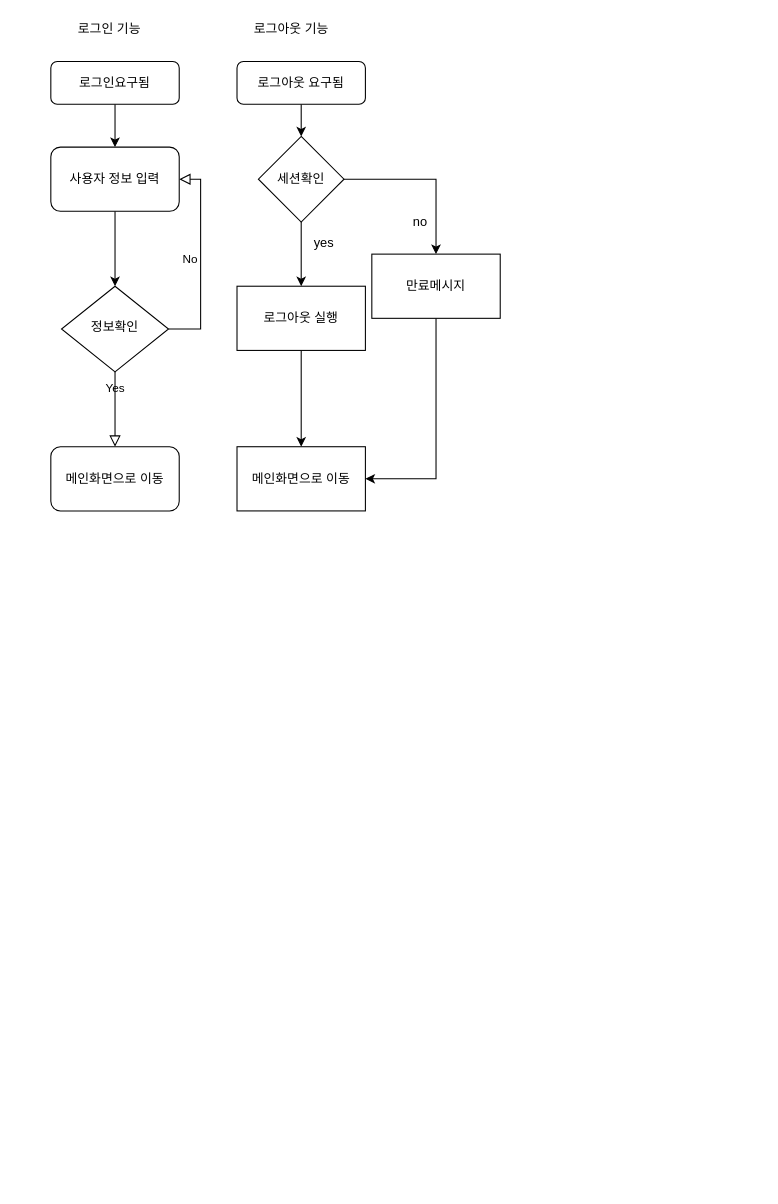
The draw.io diagram Untitled Diagram.drawio in dahun428/FOR2, before the edit. Source tidied: cells renumbered, new cells numbered last; positions are measured from the earlier drawing's top-left corner, leaving out a move shared by most shapes. Both pictures are drawn from the tidied source at 107%, with x=0, y=0 at pixel (18, 18).
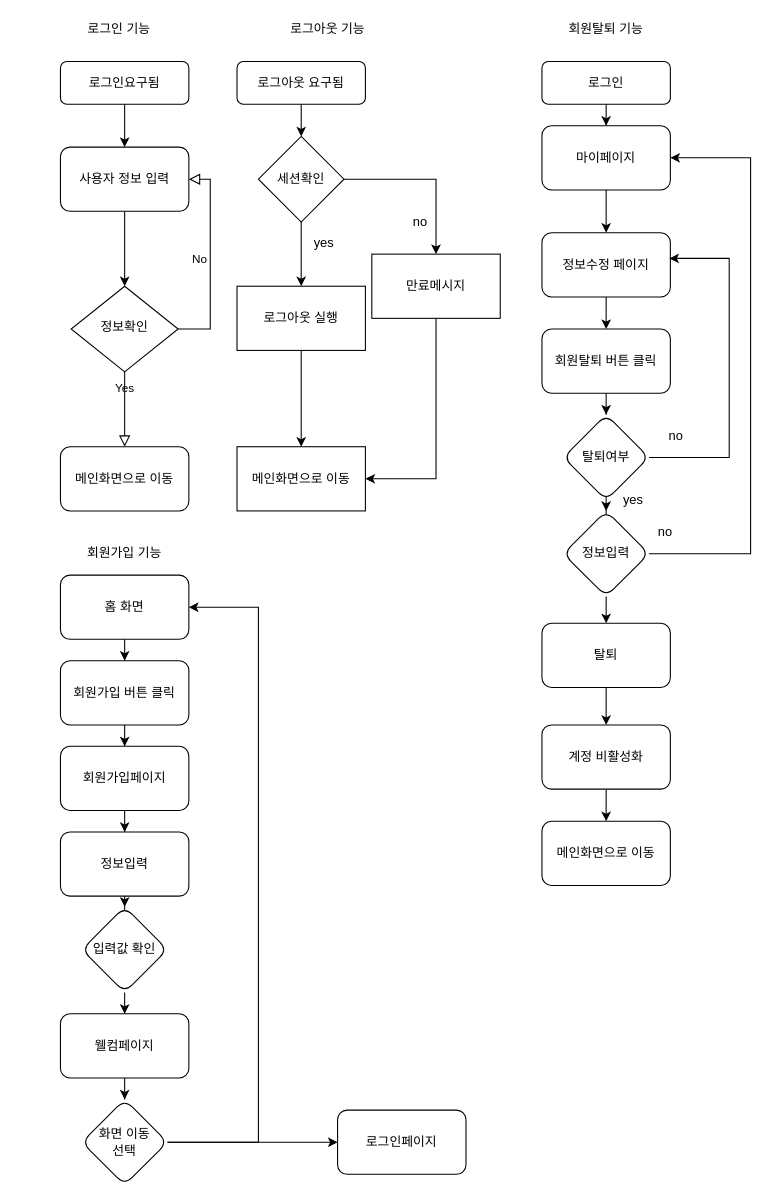
The same diagram, later.

The edit, as a diff of the source:
```diff
@@
     <mxCell id="3" value="로그인요구됨" style="rounded=1;whiteSpace=wrap;html=1;fontSize=12;glass=0;strokeWidth=1;shadow=0;" parent="1" vertex="1">
-      <mxGeometry x="30" y="40" width="120" height="40" as="geometry" />
+      <mxGeometry x="39" y="40" width="120" height="40" as="geometry" />
     </mxCell>
     <mxCell id="4" value="Yes" style="rounded=0;html=1;jettySize=auto;fontSize=11;endArrow=block;endFill=0;endSize=8;strokeWidth=1;shadow=0;labelBackgroundColor=none;edgeStyle=orthogonalEdgeStyle;exitX=0.5;exitY=1;exitDx=0;exitDy=0;" parent="1" edge="1" source="6">
       <mxGeometry y="20" relative="1" as="geometry">
-        <mxPoint x="90" y="400" as="targetPoint" />
+        <mxPoint x="99" y="400" as="targetPoint" />
       </mxGeometry>
     </mxCell>
     <mxCell id="5" value="No" style="edgeStyle=orthogonalEdgeStyle;rounded=0;html=1;jettySize=auto;fontSize=11;endArrow=block;endFill=0;endSize=8;strokeWidth=1;shadow=0;labelBackgroundColor=none;entryX=1;entryY=0.5;entryDx=0;entryDy=0;" parent="1" edge="1" source="6" target="10">
       <mxGeometry y="10" relative="1" as="geometry">
         <Array as="points">
-          <mxPoint x="170" y="290" />
-          <mxPoint x="170" y="150" />
+          <mxPoint x="179" y="290" />
+          <mxPoint x="179" y="150" />
         </Array>
       </mxGeometry>
     </mxCell>
     <mxCell id="6" value="정보확인" style="rhombus;whiteSpace=wrap;html=1;shadow=0;fontFamily=Helvetica;fontSize=12;align=center;strokeWidth=1;spacing=6;spacingTop=-4;" parent="1" vertex="1">
-      <mxGeometry x="40" y="250" width="100" height="80" as="geometry" />
+      <mxGeometry x="49" y="250" width="100" height="80" as="geometry" />
     </mxCell>
     <mxCell id="7" value="로그인 기능" style="text;html=1;strokeColor=none;fillColor=none;align=center;verticalAlign=middle;whiteSpace=wrap;rounded=0;" parent="1" vertex="1">
-      <mxGeometry width="170" height="20" as="geometry" />
+      <mxGeometry x="9" width="170" height="20" as="geometry" />
     </mxCell>
     <mxCell id="8" value="메인화면으로 이동" style="rounded=1;whiteSpace=wrap;html=1;" parent="1" vertex="1">
-      <mxGeometry x="30" y="400" width="120" height="60" as="geometry" />
+      <mxGeometry x="39" y="400" width="120" height="60" as="geometry" />
     </mxCell>
@@
     <mxCell id="10" value="사용자 정보 입력" style="rounded=1;whiteSpace=wrap;html=1;" parent="1" vertex="1">
-      <mxGeometry x="30" y="120" width="120" height="60" as="geometry" />
+      <mxGeometry x="39" y="120" width="120" height="60" as="geometry" />
     </mxCell>
@@
     <mxCell id="13" value="로그아웃 기능" style="text;html=1;strokeColor=none;fillColor=none;align=center;verticalAlign=middle;whiteSpace=wrap;rounded=0;" parent="1" vertex="1">
-      <mxGeometry x="170" width="170" height="20" as="geometry" />
+      <mxGeometry x="204" width="170" height="20" as="geometry" />
     </mxCell>
@@
+    <mxCell id="24" value="회원탈퇴 기능" style="text;html=1;strokeColor=none;fillColor=none;align=center;verticalAlign=middle;whiteSpace=wrap;rounded=0;" parent="1" vertex="1">
+      <mxGeometry x="464" width="170" height="20" as="geometry" />
+    </mxCell>
+    <mxCell id="25" style="edgeStyle=orthogonalEdgeStyle;rounded=0;jettySize=auto;html=1;" parent="1" edge="1" source="26" target="28">
+      <mxGeometry relative="1" as="geometry" />
+    </mxCell>
+    <mxCell id="26" value="로그인" style="rounded=1;whiteSpace=wrap;html=1;fontSize=12;glass=0;strokeWidth=1;shadow=0;" parent="1" vertex="1">
+      <mxGeometry x="489" y="40" width="120" height="40" as="geometry" />
+    </mxCell>
+    <mxCell id="27" style="edgeStyle=orthogonalEdgeStyle;rounded=0;jettySize=auto;html=1;" parent="1" edge="1" source="28" target="30">
+      <mxGeometry relative="1" as="geometry" />
+    </mxCell>
+    <mxCell id="28" value="마이페이지" style="whiteSpace=wrap;html=1;rounded=1;shadow=0;strokeWidth=1;glass=0;" parent="1" vertex="1">
+      <mxGeometry x="489" y="100" width="120" height="60" as="geometry" />
+    </mxCell>
+    <mxCell id="29" style="edgeStyle=orthogonalEdgeStyle;rounded=0;jettySize=auto;html=1;" parent="1" edge="1" source="30" target="32">
+      <mxGeometry relative="1" as="geometry" />
+    </mxCell>
+    <mxCell id="30" value="정보수정 페이지" style="whiteSpace=wrap;html=1;rounded=1;shadow=0;strokeWidth=1;glass=0;" parent="1" vertex="1">
+      <mxGeometry x="489" y="200" width="120" height="60" as="geometry" />
+    </mxCell>
+    <mxCell id="31" style="edgeStyle=orthogonalEdgeStyle;rounded=0;jettySize=auto;html=1;" parent="1" edge="1" source="32" target="35">
+      <mxGeometry relative="1" as="geometry" />
+    </mxCell>
+    <mxCell id="32" value="회원탈퇴 버튼 클릭" style="whiteSpace=wrap;html=1;rounded=1;shadow=0;strokeWidth=1;glass=0;" parent="1" vertex="1">
+      <mxGeometry x="489" y="290" width="120" height="60" as="geometry" />
+    </mxCell>
+    <mxCell id="33" style="edgeStyle=orthogonalEdgeStyle;rounded=0;jettySize=auto;html=1;" parent="1" edge="1" source="35" target="38">
+      <mxGeometry relative="1" as="geometry" />
+    </mxCell>
+    <mxCell id="34" style="edgeStyle=orthogonalEdgeStyle;rounded=0;jettySize=auto;html=1;exitX=1;exitY=0.5;exitDx=0;exitDy=0;entryX=0.992;entryY=0.4;entryDx=0;entryDy=0;entryPerimeter=0;" parent="1" edge="1" source="35" target="30">
+      <mxGeometry relative="1" as="geometry">
+        <Array as="points">
+          <mxPoint x="664" y="410" />
+          <mxPoint x="664" y="224" />
+        </Array>
+      </mxGeometry>
+    </mxCell>
+    <mxCell id="35" value="탈퇴여부" style="rhombus;whiteSpace=wrap;html=1;rounded=1;shadow=0;strokeWidth=1;glass=0;" parent="1" vertex="1">
+      <mxGeometry x="509" y="370" width="80" height="80" as="geometry" />
+    </mxCell>
+    <mxCell id="36" style="edgeStyle=orthogonalEdgeStyle;rounded=0;jettySize=auto;html=1;exitX=1;exitY=0.5;exitDx=0;exitDy=0;entryX=1;entryY=0.5;entryDx=0;entryDy=0;" parent="1" edge="1" source="38" target="28">
+      <mxGeometry relative="1" as="geometry">
+        <Array as="points">
+          <mxPoint x="684" y="500" />
+          <mxPoint x="684" y="130" />
+        </Array>
+      </mxGeometry>
+    </mxCell>
+    <mxCell id="37" style="edgeStyle=orthogonalEdgeStyle;rounded=0;jettySize=auto;html=1;" parent="1" edge="1" source="38" target="42">
+      <mxGeometry relative="1" as="geometry" />
+    </mxCell>
+    <mxCell id="38" value="정보입력" style="rhombus;whiteSpace=wrap;html=1;rounded=1;shadow=0;strokeWidth=1;glass=0;" parent="1" vertex="1">
+      <mxGeometry x="509" y="460" width="80" height="80" as="geometry" />
+    </mxCell>
+    <mxCell id="39" value="yes" style="text;html=1;align=center;verticalAlign=middle;" parent="1" vertex="1">
+      <mxGeometry x="559" y="440" width="30" height="20" as="geometry" />
+    </mxCell>
+    <mxCell id="40" value="no" style="text;html=1;align=center;verticalAlign=middle;" parent="1" vertex="1">
+      <mxGeometry x="589" y="470" width="30" height="20" as="geometry" />
+    </mxCell>
+    <mxCell id="41" style="edgeStyle=orthogonalEdgeStyle;rounded=0;jettySize=auto;html=1;" parent="1" edge="1" source="42" target="44">
+      <mxGeometry relative="1" as="geometry" />
+    </mxCell>
+    <mxCell id="42" value="탈퇴" style="whiteSpace=wrap;html=1;rounded=1;shadow=0;strokeWidth=1;glass=0;" parent="1" vertex="1">
+      <mxGeometry x="489" y="565" width="120" height="60" as="geometry" />
+    </mxCell>
+    <mxCell id="43" style="edgeStyle=orthogonalEdgeStyle;rounded=0;jettySize=auto;html=1;" parent="1" edge="1" source="44" target="45">
+      <mxGeometry relative="1" as="geometry" />
+    </mxCell>
+    <mxCell id="44" value="계정 비활성화" style="whiteSpace=wrap;html=1;rounded=1;shadow=0;strokeWidth=1;glass=0;" parent="1" vertex="1">
+      <mxGeometry x="489" y="660" width="120" height="60" as="geometry" />
+    </mxCell>
+    <mxCell id="45" value="메인화면으로 이동" style="whiteSpace=wrap;html=1;rounded=1;shadow=0;strokeWidth=1;glass=0;" parent="1" vertex="1">
+      <mxGeometry x="489" y="750" width="120" height="60" as="geometry" />
+    </mxCell>
+    <mxCell id="46" value="no" style="text;html=1;align=center;verticalAlign=middle;" parent="1" vertex="1">
+      <mxGeometry x="599" y="380" width="30" height="20" as="geometry" />
+    </mxCell>
+    <mxCell id="47" style="edgeStyle=orthogonalEdgeStyle;rounded=0;jettySize=auto;html=1;" parent="1" edge="1" source="48" target="51">
+      <mxGeometry relative="1" as="geometry" />
+    </mxCell>
+    <mxCell id="48" value="홈 화면" style="rounded=1;whiteSpace=wrap;html=1;" parent="1" vertex="1">
+      <mxGeometry x="39" y="520" width="120" height="60" as="geometry" />
+    </mxCell>
+    <mxCell id="49" value="회원가입 기능" style="text;html=1;strokeColor=none;fillColor=none;align=center;verticalAlign=middle;whiteSpace=wrap;rounded=0;" parent="1" vertex="1">
+      <mxGeometry x="54" y="490" width="90" height="20" as="geometry" />
+    </mxCell>
+    <mxCell id="50" style="edgeStyle=orthogonalEdgeStyle;rounded=0;jettySize=auto;html=1;" parent="1" edge="1" source="51" target="53">
+      <mxGeometry relative="1" as="geometry" />
+    </mxCell>
+    <mxCell id="51" value="회원가입 버튼 클릭" style="whiteSpace=wrap;html=1;rounded=1;" parent="1" vertex="1">
+      <mxGeometry x="39" y="600" width="120" height="60" as="geometry" />
+    </mxCell>
+    <mxCell id="52" style="edgeStyle=orthogonalEdgeStyle;rounded=0;jettySize=auto;html=1;" parent="1" edge="1" source="53" target="55">
+      <mxGeometry relative="1" as="geometry" />
+    </mxCell>
+    <mxCell id="53" value="회원가입페이지" style="whiteSpace=wrap;html=1;rounded=1;" parent="1" vertex="1">
+      <mxGeometry x="39" y="680" width="120" height="60" as="geometry" />
+    </mxCell>
+    <mxCell id="54" style="edgeStyle=orthogonalEdgeStyle;rounded=0;jettySize=auto;html=1;" parent="1" edge="1" source="55" target="57">
+      <mxGeometry relative="1" as="geometry" />
+    </mxCell>
+    <mxCell id="55" value="정보입력" style="whiteSpace=wrap;html=1;rounded=1;" parent="1" vertex="1">
+      <mxGeometry x="39" y="760" width="120" height="60" as="geometry" />
+    </mxCell>
+    <mxCell id="56" style="edgeStyle=orthogonalEdgeStyle;rounded=0;jettySize=auto;html=1;" parent="1" edge="1" source="57" target="59">
+      <mxGeometry relative="1" as="geometry" />
+    </mxCell>
+    <mxCell id="57" value="입력값 확인" style="rhombus;whiteSpace=wrap;html=1;rounded=1;" parent="1" vertex="1">
+      <mxGeometry x="59" y="830" width="80" height="80" as="geometry" />
+    </mxCell>
+    <mxCell id="58" style="edgeStyle=orthogonalEdgeStyle;rounded=0;jettySize=auto;html=1;" parent="1" edge="1" source="59" target="62">
+      <mxGeometry relative="1" as="geometry" />
+    </mxCell>
+    <mxCell id="59" value="웰컴페이지" style="whiteSpace=wrap;html=1;rounded=1;" parent="1" vertex="1">
+      <mxGeometry x="39" y="930" width="120" height="60" as="geometry" />
+    </mxCell>
+    <mxCell id="60" style="edgeStyle=orthogonalEdgeStyle;rounded=0;jettySize=auto;html=1;" parent="1" edge="1" source="62" target="63">
+      <mxGeometry relative="1" as="geometry" />
+    </mxCell>
+    <mxCell id="61" style="edgeStyle=orthogonalEdgeStyle;rounded=0;jettySize=auto;html=1;exitX=1;exitY=0.5;exitDx=0;exitDy=0;entryX=1;entryY=0.5;entryDx=0;entryDy=0;" parent="1" edge="1" source="62" target="48">
+      <mxGeometry relative="1" as="geometry">
+        <Array as="points">
+          <mxPoint x="224" y="1050" />
+          <mxPoint x="224" y="550" />
+        </Array>
+      </mxGeometry>
+    </mxCell>
+    <mxCell id="62" value="화면 이동&lt;br&gt;선택" style="rhombus;whiteSpace=wrap;html=1;rounded=1;" parent="1" vertex="1">
+      <mxGeometry x="59" y="1010" width="80" height="80" as="geometry" />
+    </mxCell>
+    <mxCell id="63" value="로그인페이지" style="whiteSpace=wrap;html=1;rounded=1;" parent="1" vertex="1">
+      <mxGeometry x="298" y="1020" width="120" height="60" as="geometry" />
+    </mxCell>
```
